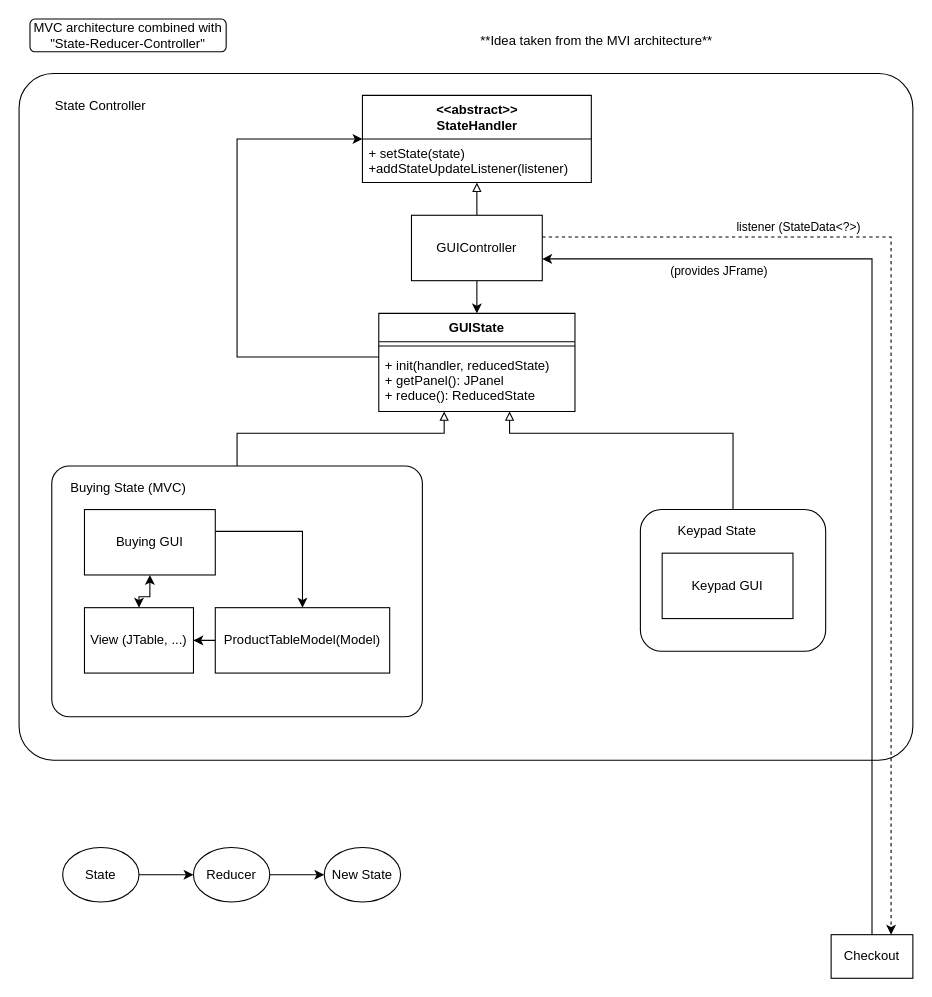
Above: Diagrams/GUI-Architecture.drawio in Charlie-Zheng/SENG-300-Iteration-3 (draw.io), before the change. Source tidied: cells renumbered, new cells numbered last; positions are measured from the earlier drawing's top-left corner, leaving out a move shared by most shapes. Both pictures are drawn from the tidied source at 109%, with x=0, y=0 at pixel (19, 19).
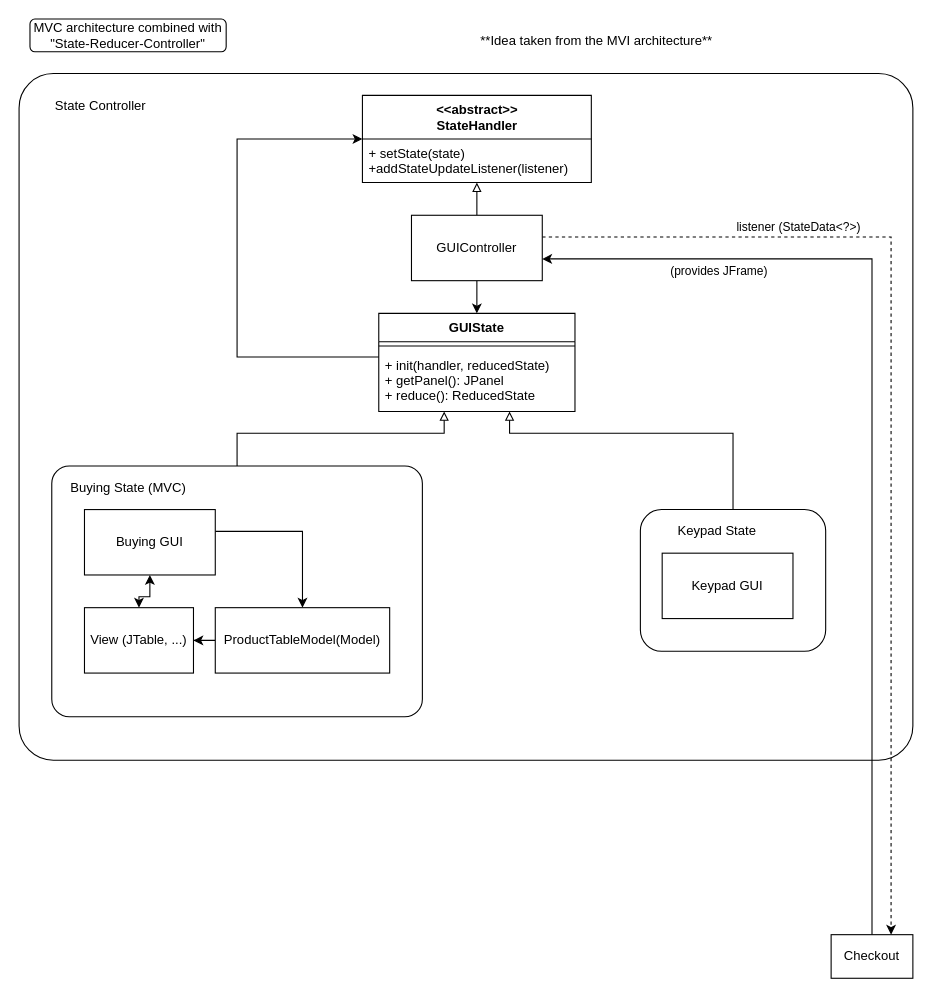
The same page after the edit.

Diff of the diagram source:
```diff
@@
-    <mxCell id="31" style="edgeStyle=orthogonalEdgeStyle;rounded=0;jettySize=auto;html=1;endArrow=classic;endFill=1;" parent="1" edge="1" source="32" target="34">
-      <mxGeometry relative="1" as="geometry" />
-    </mxCell>
-    <mxCell id="32" value="State" style="ellipse;whiteSpace=wrap;html=1;" parent="1" vertex="1">
-      <mxGeometry x="40" y="760" width="70" height="50" as="geometry" />
-    </mxCell>
-    <mxCell id="33" style="edgeStyle=orthogonalEdgeStyle;rounded=0;jettySize=auto;html=1;endArrow=classic;endFill=1;" parent="1" edge="1" source="34" target="35">
-      <mxGeometry relative="1" as="geometry" />
-    </mxCell>
-    <mxCell id="34" value="Reducer" style="ellipse;whiteSpace=wrap;html=1;" parent="1" vertex="1">
-      <mxGeometry x="160" y="760" width="70" height="50" as="geometry" />
-    </mxCell>
-    <mxCell id="35" value="New State" style="ellipse;whiteSpace=wrap;html=1;" parent="1" vertex="1">
-      <mxGeometry x="280" y="760" width="70" height="50" as="geometry" />
-    </mxCell>
```
